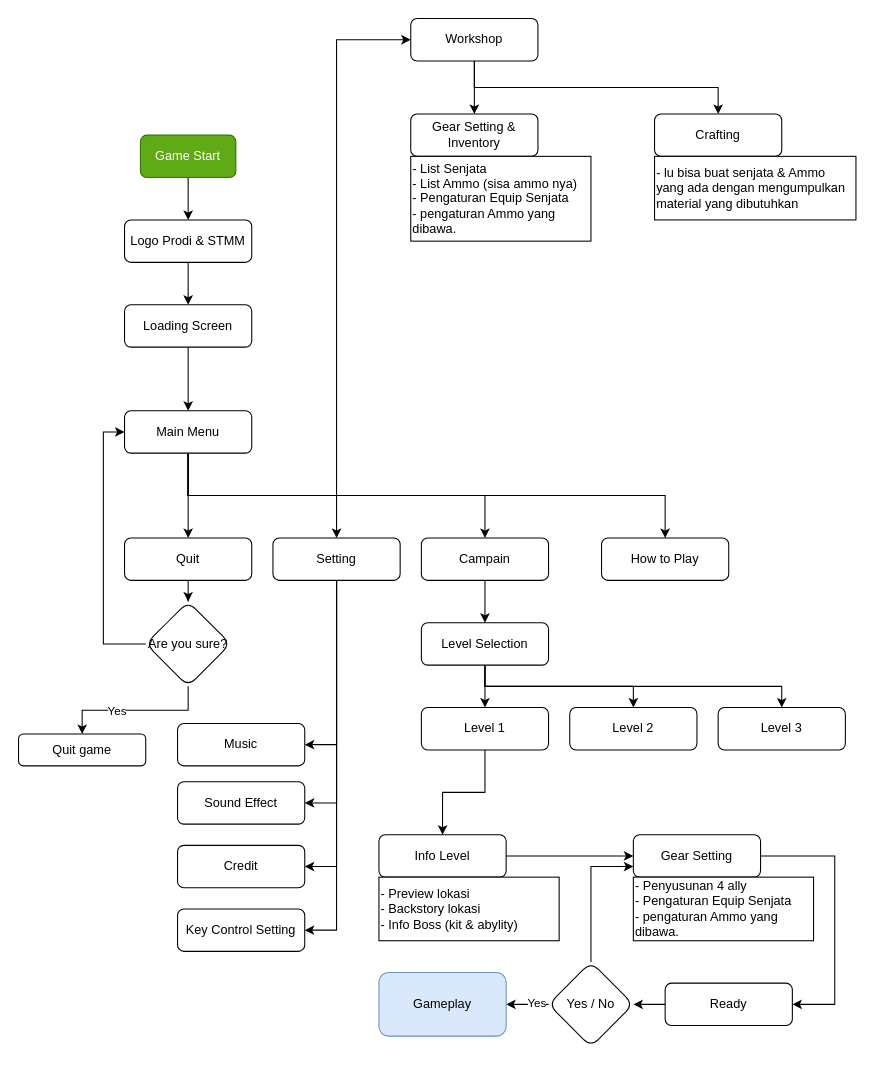
Earlier version of the draw.io diagram Game Flowchat.drawio (RioEka/S5). Source tidied: cells renumbered, new cells numbered last; positions are measured from the earlier drawing's top-left corner, leaving out a move shared by most shapes. Both pictures are drawn from the tidied source at 106%, with x=0, y=0 at pixel (18, 18).
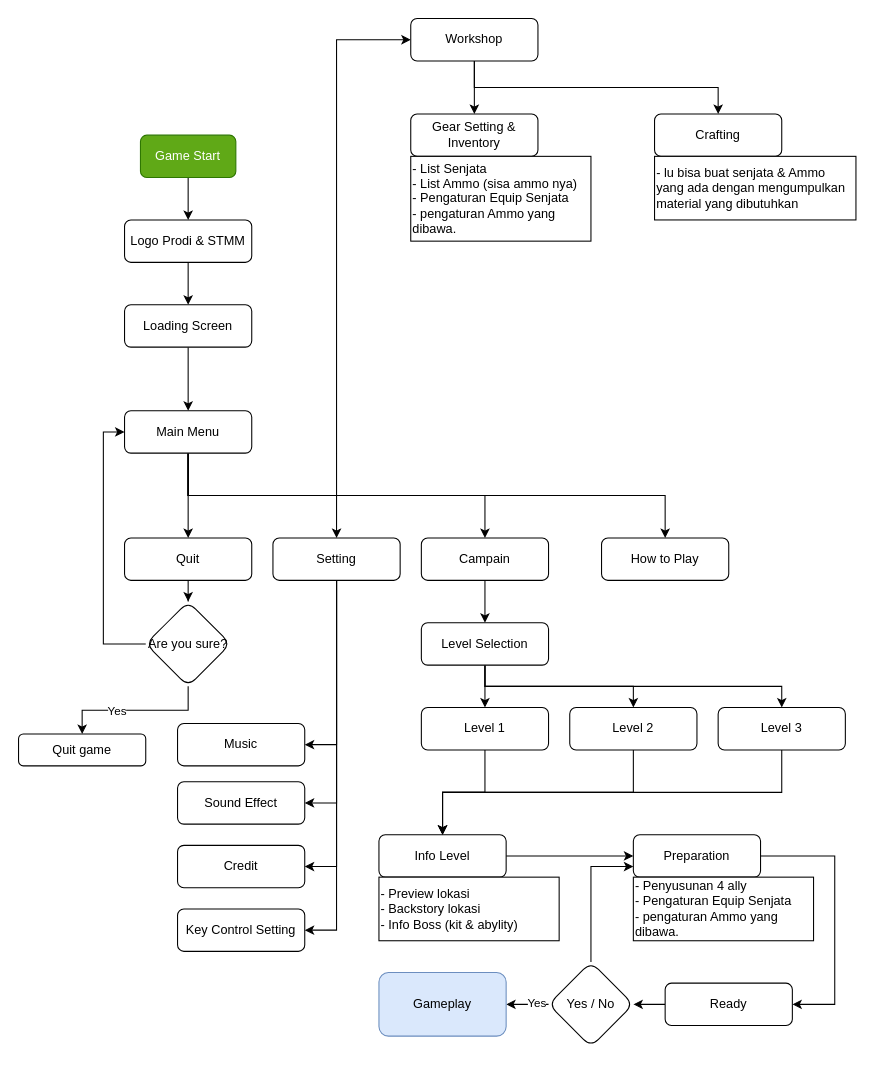
The same page after the edit.

The change refers to these unchanged cells:
```xml
<mxCell id="30" value="Info Level" style="rounded=1;whiteSpace=wrap;html=1;fontSize=12;glass=0;strokeWidth=1;shadow=0;" parent="1" vertex="1">
  <mxGeometry x="340" y="770" width="120" height="40" as="geometry" />
</mxCell>
<mxCell id="39" value="Level 2" style="rounded=1;whiteSpace=wrap;html=1;fontSize=12;glass=0;strokeWidth=1;shadow=0;" parent="1" vertex="1">
  <mxGeometry x="520" y="650" width="120" height="40" as="geometry" />
</mxCell>
<mxCell id="40" value="Level 3" style="rounded=1;whiteSpace=wrap;html=1;fontSize=12;glass=0;strokeWidth=1;shadow=0;" parent="1" vertex="1">
  <mxGeometry x="660" y="650" width="120" height="40" as="geometry" />
</mxCell>
```

What changed in the source:
```diff
@@
+    <mxCell id="71" style="edgeStyle=orthogonalEdgeStyle;rounded=0;jettySize=auto;html=1;exitX=0.5;exitY=1;exitDx=0;exitDy=0;entryX=0.5;entryY=0;entryDx=0;entryDy=0;" parent="1" edge="1" source="39" target="30">
+      <mxGeometry relative="1" as="geometry" />
+    </mxCell>
@@
+    <mxCell id="72" style="edgeStyle=orthogonalEdgeStyle;rounded=0;jettySize=auto;html=1;exitX=0.5;exitY=1;exitDx=0;exitDy=0;entryX=0.5;entryY=0;entryDx=0;entryDy=0;" parent="1" edge="1" source="40" target="30">
+      <mxGeometry relative="1" as="geometry" />
+    </mxCell>
@@
-    <mxCell id="46" value="Gear Setting" style="rounded=1;whiteSpace=wrap;html=1;fontSize=12;glass=0;strokeWidth=1;shadow=0;" parent="1" vertex="1">
+    <mxCell id="46" value="Preparation" style="rounded=1;whiteSpace=wrap;html=1;fontSize=12;glass=0;strokeWidth=1;shadow=0;" parent="1" vertex="1">
       <mxGeometry x="580" y="770" width="120" height="40" as="geometry" />
     </mxCell>
```
